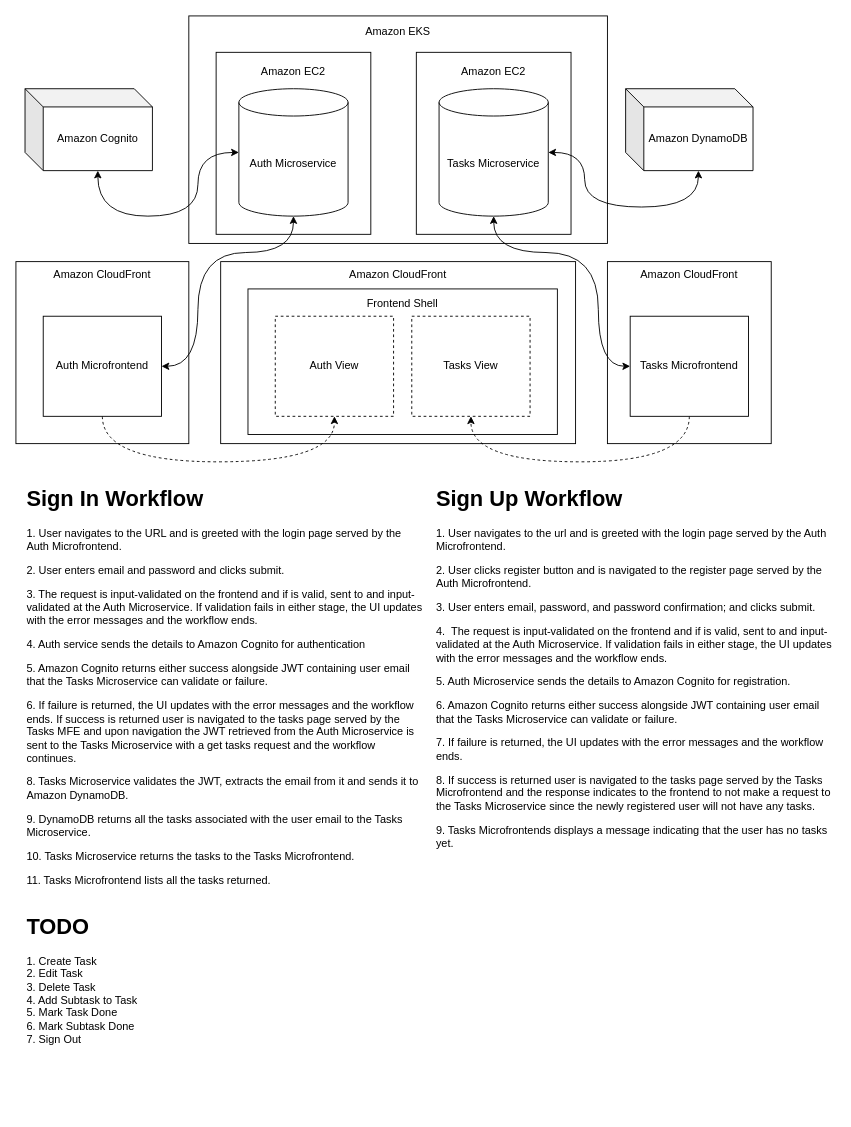
This is _diagrams/main.drawio from wlnzed/mytasks, a draw.io file, before an edit. Source tidied: cells renumbered, new cells numbered last; positions are measured from the earlier drawing's top-left corner, leaving out a move shared by most shapes. Both pictures are drawn from the tidied source at 91%, with x=0, y=0 at pixel (15, 15).
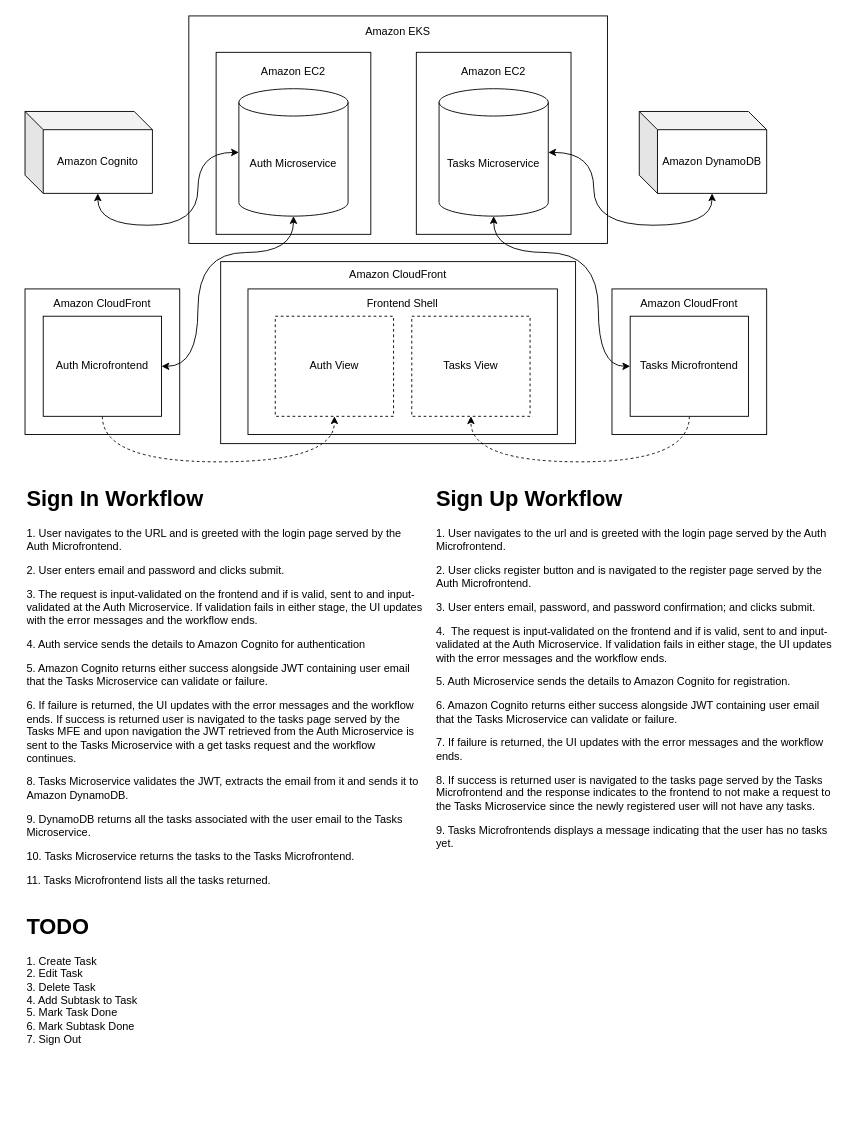
After the change.

Commit message:
better align main diagram items

The change refers to these unchanged cells:
```xml
<mxCell id="8" value="Auth Microservice" style="shape=cylinder3;whiteSpace=wrap;html=1;boundedLbl=1;backgroundOutline=1;size=15;" parent="1" vertex="1">
  <mxGeometry x="245" y="80" width="120" height="140" as="geometry" />
</mxCell>
<mxCell id="9" value="Tasks Microservice" style="shape=cylinder3;whiteSpace=wrap;html=1;boundedLbl=1;backgroundOutline=1;size=15;" parent="1" vertex="1">
  <mxGeometry x="465" y="80" width="120" height="140" as="geometry" />
</mxCell>
```

Change to the diagram source:
```diff
@@
-    <mxCell id="2" value="Amazon CloudFront&lt;div&gt;&lt;br&gt;&lt;/div&gt;&lt;div&gt;&lt;br&gt;&lt;/div&gt;&lt;div&gt;&lt;br&gt;&lt;/div&gt;&lt;div&gt;&lt;br&gt;&lt;/div&gt;&lt;div&gt;&lt;br&gt;&lt;/div&gt;&lt;div&gt;&lt;br&gt;&lt;/div&gt;&lt;div&gt;&lt;br&gt;&lt;/div&gt;&lt;div&gt;&lt;br&gt;&lt;/div&gt;&lt;div&gt;&lt;br&gt;&lt;/div&gt;&lt;div&gt;&lt;br&gt;&lt;/div&gt;&lt;div&gt;&lt;br&gt;&lt;/div&gt;&lt;div&gt;&lt;br&gt;&lt;/div&gt;" style="rounded=0;whiteSpace=wrap;html=1;" parent="1" vertex="1">
-      <mxGeometry x="650" y="270" width="180" height="200" as="geometry" />
+    <mxCell id="2" value="Amazon CloudFront&lt;div&gt;&lt;br&gt;&lt;/div&gt;&lt;div&gt;&lt;br&gt;&lt;/div&gt;&lt;div&gt;&lt;br&gt;&lt;/div&gt;&lt;div&gt;&lt;br&gt;&lt;/div&gt;&lt;div&gt;&lt;br&gt;&lt;/div&gt;&lt;div&gt;&lt;br&gt;&lt;/div&gt;&lt;div&gt;&lt;br&gt;&lt;/div&gt;&lt;div&gt;&lt;br&gt;&lt;/div&gt;&lt;div&gt;&lt;br&gt;&lt;/div&gt;" style="rounded=0;whiteSpace=wrap;html=1;" parent="1" vertex="1">
+      <mxGeometry x="655" y="300" width="170" height="160" as="geometry" />
     </mxCell>
-    <mxCell id="3" value="Amazon CloudFront&lt;div&gt;&lt;br&gt;&lt;/div&gt;&lt;div&gt;&lt;br&gt;&lt;/div&gt;&lt;div&gt;&lt;br&gt;&lt;/div&gt;&lt;div&gt;&lt;br&gt;&lt;/div&gt;&lt;div&gt;&lt;br&gt;&lt;/div&gt;&lt;div&gt;&lt;br&gt;&lt;/div&gt;&lt;div&gt;&lt;br&gt;&lt;/div&gt;&lt;div&gt;&lt;br&gt;&lt;/div&gt;&lt;div&gt;&lt;br&gt;&lt;/div&gt;&lt;div&gt;&lt;br&gt;&lt;/div&gt;&lt;div&gt;&lt;br&gt;&lt;/div&gt;&lt;div&gt;&lt;br&gt;&lt;/div&gt;" style="rounded=0;whiteSpace=wrap;html=1;" parent="1" vertex="1">
-      <mxGeometry y="270" width="190" height="200" as="geometry" />
+    <mxCell id="3" value="Amazon CloudFront&lt;div&gt;&lt;br&gt;&lt;/div&gt;&lt;div&gt;&lt;br&gt;&lt;/div&gt;&lt;div&gt;&lt;br&gt;&lt;/div&gt;&lt;div&gt;&lt;br&gt;&lt;/div&gt;&lt;div&gt;&lt;br&gt;&lt;/div&gt;&lt;div&gt;&lt;br&gt;&lt;/div&gt;&lt;div&gt;&lt;br&gt;&lt;/div&gt;&lt;div&gt;&lt;br&gt;&lt;/div&gt;&lt;div&gt;&lt;br&gt;&lt;/div&gt;" style="rounded=0;whiteSpace=wrap;html=1;" parent="1" vertex="1">
+      <mxGeometry x="10" y="300" width="170" height="160" as="geometry" />
     </mxCell>
@@
     <mxCell id="15" value="Amazon Cognito" style="shape=cube;whiteSpace=wrap;html=1;boundedLbl=1;backgroundOutline=1;darkOpacity=0.05;darkOpacity2=0.1;" parent="1" vertex="1">
-      <mxGeometry x="10" y="80" width="140" height="90" as="geometry" />
+      <mxGeometry x="10" y="105" width="140" height="90" as="geometry" />
     </mxCell>
     <mxCell id="16" value="Amazon DynamoDB" style="shape=cube;whiteSpace=wrap;html=1;boundedLbl=1;backgroundOutline=1;darkOpacity=0.05;darkOpacity2=0.1;" parent="1" vertex="1">
-      <mxGeometry x="670" y="80" width="140" height="90" as="geometry" />
+      <mxGeometry x="685" y="105" width="140" height="90" as="geometry" />
     </mxCell>
@@
-    <mxCell id="20" style="edgeStyle=orthogonalEdgeStyle;rounded=0;jettySize=auto;html=1;entryX=0;entryY=0;entryDx=80;entryDy=90;entryPerimeter=0;curved=1;startArrow=classic;startFill=1;" parent="1" edge="1" source="9" target="16">
-      <mxGeometry relative="1" as="geometry">
-        <Array as="points">
-          <mxPoint x="625" y="150" />
-          <mxPoint x="625" y="210" />
-          <mxPoint x="750" y="210" />
-        </Array>
-      </mxGeometry>
-    </mxCell>
     <mxCell id="21" style="edgeStyle=orthogonalEdgeStyle;rounded=0;jettySize=auto;html=1;entryX=0;entryY=0.5;entryDx=0;entryDy=0;entryPerimeter=0;exitX=0;exitY=0;exitDx=80;exitDy=90;exitPerimeter=0;curved=1;startArrow=classic;startFill=1;" parent="1" edge="1" source="15" target="8">
       <mxGeometry relative="1" as="geometry">
         <Array as="points">
-          <mxPoint x="90" y="220" />
-          <mxPoint x="200" y="220" />
+          <mxPoint x="90" y="230" />
+          <mxPoint x="200" y="230" />
           <mxPoint x="200" y="150" />
         </Array>
       </mxGeometry>
     </mxCell>
@@
+    <mxCell id="20" style="edgeStyle=orthogonalEdgeStyle;rounded=0;jettySize=auto;html=1;entryX=0;entryY=0;entryDx=80;entryDy=90;entryPerimeter=0;curved=1;startArrow=classic;startFill=1;" parent="1" edge="1" source="9" target="16">
+      <mxGeometry relative="1" as="geometry">
+        <Array as="points">
+          <mxPoint x="635" y="150" />
+          <mxPoint x="635" y="230" />
+          <mxPoint x="765" y="230" />
+        </Array>
+      </mxGeometry>
+    </mxCell>
```
